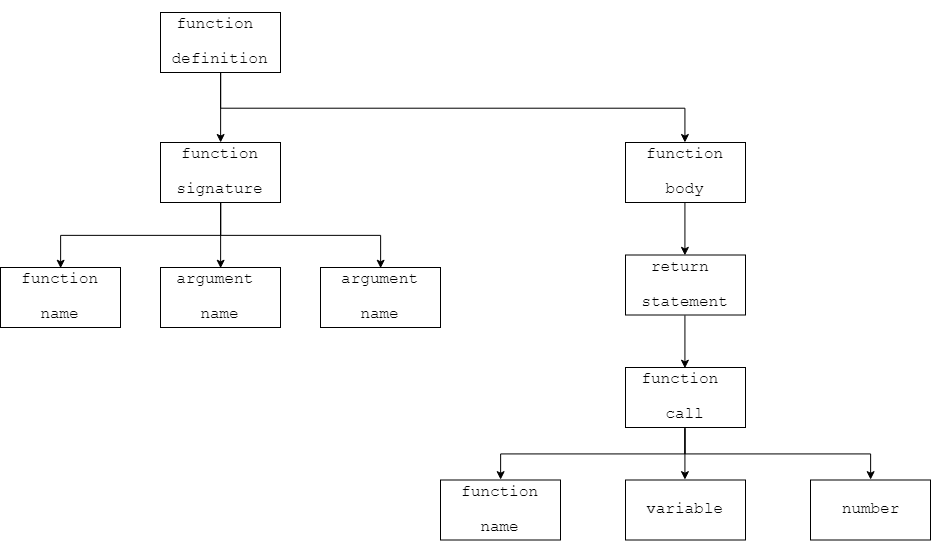
Before: docs/images/parseTreeExample.png, a diagram exported from draw.io (quasarbright/Subduce). Source tidied: cells renumbered, new cells last; positions are measured from the earlier drawing's top-left corner, leaving out a move shared by most shapes.
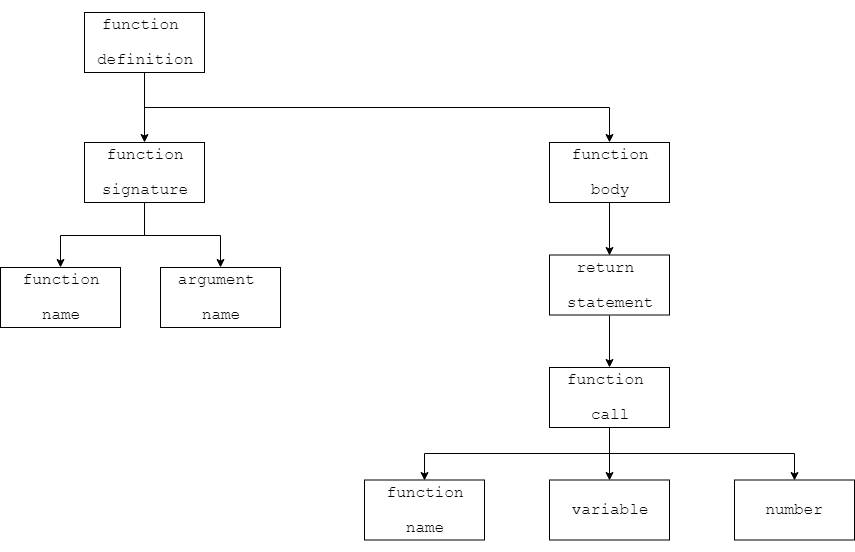
Later version of the same file.

Diff of the diagram source:
```diff
@@ -8,21 +8,15 @@
     <mxCell id="3" style="edgeStyle=orthogonalEdgeStyle;rounded=0;jettySize=auto;html=1;exitX=0.5;exitY=1;exitDx=0;exitDy=0;entryX=0.5;entryY=0;entryDx=0;entryDy=0;fontSize=16;" parent="1" edge="1" source="5" target="6">
       <mxGeometry relative="1" as="geometry" />
     </mxCell>
-    <mxCell id="4" style="edgeStyle=orthogonalEdgeStyle;rounded=0;jettySize=auto;html=1;exitX=0.5;exitY=1;exitDx=0;exitDy=0;entryX=0.5;entryY=0;entryDx=0;entryDy=0;fontSize=16;" parent="1" edge="1" source="5" target="8">
-      <mxGeometry relative="1" as="geometry" />
-    </mxCell>
     <mxCell id="5" value="&lt;p style=&quot;line-height: 100%&quot;&gt;&lt;/p&gt;&lt;pre style=&quot;font-size: 16px&quot;&gt;function&lt;/pre&gt;&lt;pre style=&quot;font-size: 16px&quot;&gt;signature&lt;/pre&gt;&lt;p&gt;&lt;/p&gt;" style="rounded=0;html=1;fontSize=16;whiteSpace=wrap;spacing=0;" parent="1" vertex="1">
       <mxGeometry x="160" y="130" width="120" height="60" as="geometry" />
     </mxCell>
     <mxCell id="6" value="&lt;p style=&quot;line-height: 100%&quot;&gt;&lt;/p&gt;&lt;pre style=&quot;font-size: 16px&quot;&gt;argument &lt;/pre&gt;&lt;pre style=&quot;font-size: 16px&quot;&gt;name&lt;/pre&gt;&lt;p&gt;&lt;/p&gt;" style="rounded=0;html=1;fontSize=16;whiteSpace=wrap;spacing=0;" parent="1" vertex="1">
-      <mxGeometry x="160" y="255" width="120" height="60" as="geometry" />
+      <mxGeometry x="236" y="255" width="120" height="60" as="geometry" />
     </mxCell>
     <mxCell id="7" value="&lt;p style=&quot;line-height: 100%&quot;&gt;&lt;/p&gt;&lt;pre style=&quot;font-size: 16px&quot;&gt;function&lt;/pre&gt;&lt;pre style=&quot;font-size: 16px&quot;&gt;name&lt;/pre&gt;&lt;p&gt;&lt;/p&gt;" style="rounded=0;html=1;fontSize=16;whiteSpace=wrap;spacing=0;" parent="1" vertex="1">
-      <mxGeometry y="255" width="120" height="60" as="geometry" />
+      <mxGeometry x="76" y="255" width="120" height="60" as="geometry" />
     </mxCell>
-    <mxCell id="8" value="&lt;p style=&quot;line-height: 100%&quot;&gt;&lt;/p&gt;&lt;pre style=&quot;font-size: 16px&quot;&gt;argument&lt;/pre&gt;&lt;pre style=&quot;font-size: 16px&quot;&gt;name&lt;/pre&gt;&lt;p&gt;&lt;/p&gt;" style="rounded=0;html=1;fontSize=16;whiteSpace=wrap;spacing=0;" parent="1" vertex="1">
-      <mxGeometry x="320" y="255" width="120" height="60" as="geometry" />
-    </mxCell>
     <mxCell id="9" style="edgeStyle=orthogonalEdgeStyle;rounded=0;jettySize=auto;html=1;exitX=0.5;exitY=1;exitDx=0;exitDy=0;entryX=0.5;entryY=0;entryDx=0;entryDy=0;fontSize=16;" parent="1" edge="1" source="11" target="22">
       <mxGeometry relative="1" as="geometry" />
     </mxCell>
```
